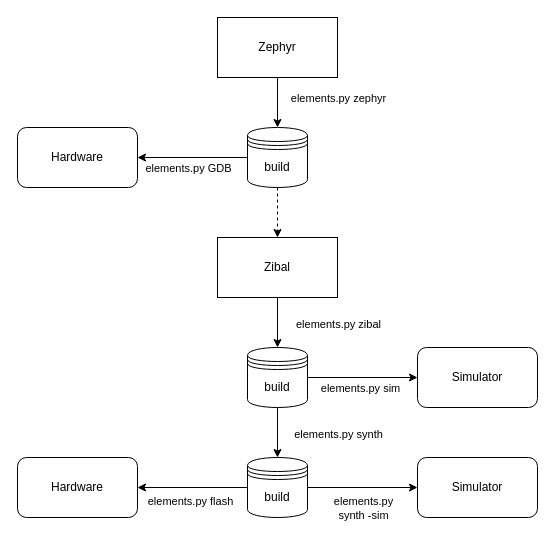
aesc-silicon/elements-sdk keeps this draw.io diagram as docs/images/elements_flow.drawio. Above is the earlier version. Source tidied: cells renumbered, new cells numbered last; positions are measured from the earlier drawing's top-left corner, leaving out a move shared by most shapes. Both pictures are drawn from the tidied source at 100%, with x=0, y=0 at pixel (17, 17).
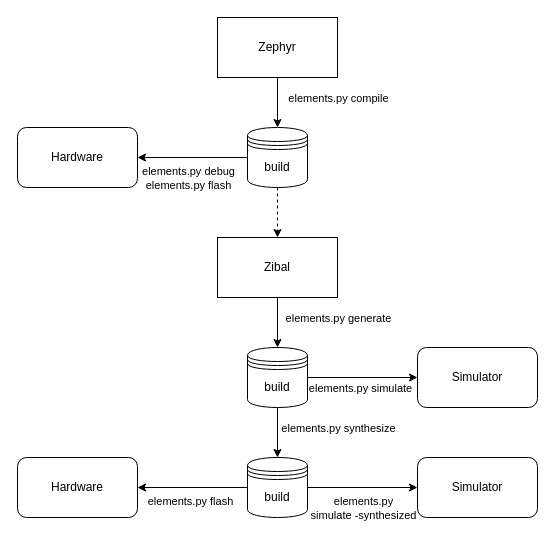
Above is the later version.

Unchanged cells that the change refers to:
```xml
<mxCell id="3" style="edgeStyle=orthogonalEdgeStyle;rounded=0;jettySize=auto;html=1;exitX=0;exitY=0.5;exitDx=0;exitDy=0;entryX=1;entryY=0.5;entryDx=0;entryDy=0;" parent="1" edge="1" source="5" target="24">
  <mxGeometry relative="1" as="geometry" />
</mxCell>
<mxCell id="6" style="edgeStyle=orthogonalEdgeStyle;rounded=0;jettySize=auto;html=1;entryX=0.5;entryY=0;entryDx=0;entryDy=0;exitX=0.5;exitY=1;exitDx=0;exitDy=0;" parent="1" edge="1" source="8" target="5">
  <mxGeometry relative="1" as="geometry">
    <Array as="points">
      <mxPoint x="260" y="110" />
      <mxPoint x="260" y="110" />
    </Array>
  </mxGeometry>
</mxCell>
<mxCell id="9" style="edgeStyle=orthogonalEdgeStyle;rounded=0;jettySize=auto;html=1;exitX=0.5;exitY=1;exitDx=0;exitDy=0;entryX=0.5;entryY=0;entryDx=0;entryDy=0;" parent="1" edge="1" source="11" target="17">
  <mxGeometry relative="1" as="geometry" />
</mxCell>
<mxCell id="13" style="edgeStyle=orthogonalEdgeStyle;rounded=0;jettySize=auto;html=1;exitX=1;exitY=0.5;exitDx=0;exitDy=0;entryX=0;entryY=0.5;entryDx=0;entryDy=0;" parent="1" edge="1" source="17" target="12">
  <mxGeometry relative="1" as="geometry" />
</mxCell>
<mxCell id="15" style="edgeStyle=orthogonalEdgeStyle;rounded=0;jettySize=auto;html=1;exitX=0.5;exitY=1;exitDx=0;exitDy=0;entryX=0.5;entryY=0;entryDx=0;entryDy=0;" parent="1" edge="1" source="17" target="22">
  <mxGeometry relative="1" as="geometry" />
</mxCell>
<mxCell id="18" style="edgeStyle=orthogonalEdgeStyle;rounded=0;jettySize=auto;html=1;exitX=1;exitY=0.5;exitDx=0;exitDy=0;entryX=0;entryY=0.5;entryDx=0;entryDy=0;" parent="1" edge="1" source="22" target="23">
  <mxGeometry relative="1" as="geometry" />
</mxCell>
```

What changed in the source:
```diff
@@
-    <mxCell id="4" value="elements.py GDB" style="edgeLabel;html=1;align=center;verticalAlign=middle;" parent="3" vertex="1">
+    <mxCell id="4" value="&lt;div&gt;elements.py debug&lt;br&gt;elements.py flash&lt;br&gt;&lt;/div&gt;" style="edgeLabel;html=1;align=center;verticalAlign=middle;" parent="3" vertex="1">
       <mxGeometry x="0.28" relative="1" as="geometry">
-        <mxPoint x="10.3" y="10" as="offset" />
+        <mxPoint x="10.3" y="20" as="offset" />
       </mxGeometry>
     </mxCell>
@@
-    <mxCell id="7" value="&lt;div&gt;elements.py zephyr&lt;/div&gt;" style="edgeLabel;html=1;align=center;verticalAlign=middle;" parent="6" vertex="1">
+    <mxCell id="7" value="&lt;div&gt;elements.py compile&lt;/div&gt;" style="edgeLabel;html=1;align=center;verticalAlign=middle;" parent="6" vertex="1">
       <mxGeometry x="-0.18" relative="1" as="geometry">
         <mxPoint x="60" y="-0.6" as="offset" />
       </mxGeometry>
     </mxCell>
@@
-    <mxCell id="10" value="&lt;div&gt;elements.py zibal&lt;/div&gt;" style="edgeLabel;html=1;align=center;verticalAlign=middle;" parent="9" vertex="1">
+    <mxCell id="10" value="&lt;div&gt;elements.py generate&lt;br&gt;&lt;/div&gt;" style="edgeLabel;html=1;align=center;verticalAlign=middle;" parent="9" vertex="1">
       <mxGeometry x="-0.39" relative="1" as="geometry">
-        <mxPoint x="60" y="11.4" as="offset" />
+        <mxPoint x="60" y="5" as="offset" />
       </mxGeometry>
     </mxCell>
@@
-    <mxCell id="14" value="elements.py sim" style="edgeLabel;html=1;align=center;verticalAlign=middle;" parent="13" vertex="1">
+    <mxCell id="14" value="elements.py simulate" style="edgeLabel;html=1;align=center;verticalAlign=middle;" parent="13" vertex="1">
       <mxGeometry x="-0.22" y="1" relative="1" as="geometry">
         <mxPoint x="9.7" y="11" as="offset" />
       </mxGeometry>
     </mxCell>
@@
-    <mxCell id="16" value="&lt;div&gt;elements.py synth&lt;/div&gt;&lt;div&gt;&lt;br&gt;&lt;/div&gt;" style="edgeLabel;html=1;align=center;verticalAlign=middle;" parent="15" vertex="1">
+    <mxCell id="16" value="&lt;div&gt;elements.py synthesize&lt;/div&gt;" style="edgeLabel;html=1;align=center;verticalAlign=middle;" parent="15" vertex="1">
       <mxGeometry x="-0.37" relative="1" as="geometry">
-        <mxPoint x="60" y="17.6" as="offset" />
+        <mxPoint x="60" y="4" as="offset" />
       </mxGeometry>
     </mxCell>
@@
-    <mxCell id="19" value="&lt;div&gt;elements.py&lt;/div&gt;&lt;div&gt;synth -sim&lt;/div&gt;" style="edgeLabel;html=1;align=center;verticalAlign=middle;" parent="18" vertex="1">
+    <mxCell id="19" value="&lt;div&gt;elements.py&lt;/div&gt;&lt;div&gt;simulate -synthesized&lt;br&gt;&lt;/div&gt;" style="edgeLabel;html=1;align=center;verticalAlign=middle;" parent="18" vertex="1">
       <mxGeometry x="-0.17" y="-1" relative="1" as="geometry">
         <mxPoint x="9.2" y="19" as="offset" />
       </mxGeometry>
     </mxCell>
```
